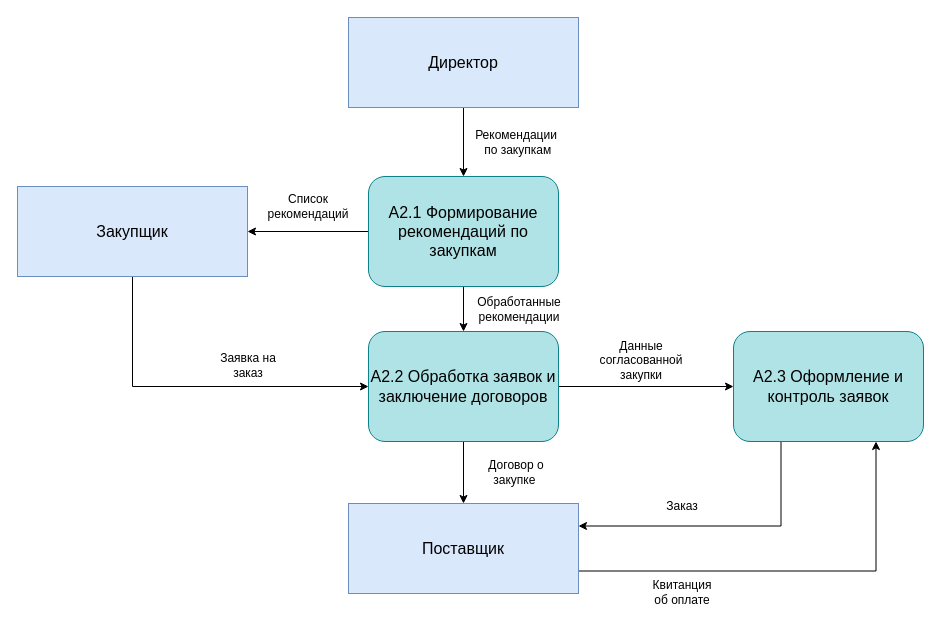
Above: page "А0 расширенная" (3 of 3) of LAB1/Sun Bag.drawio in ERRomanov/DATABASES_gng (draw.io), before the change. Source tidied: cells renumbered, new cells numbered last; positions are measured from the earlier drawing's top-left corner, leaving out a move shared by most shapes. Both pictures are drawn from the tidied source at 100%, with x=0, y=0 at pixel (17, 17).
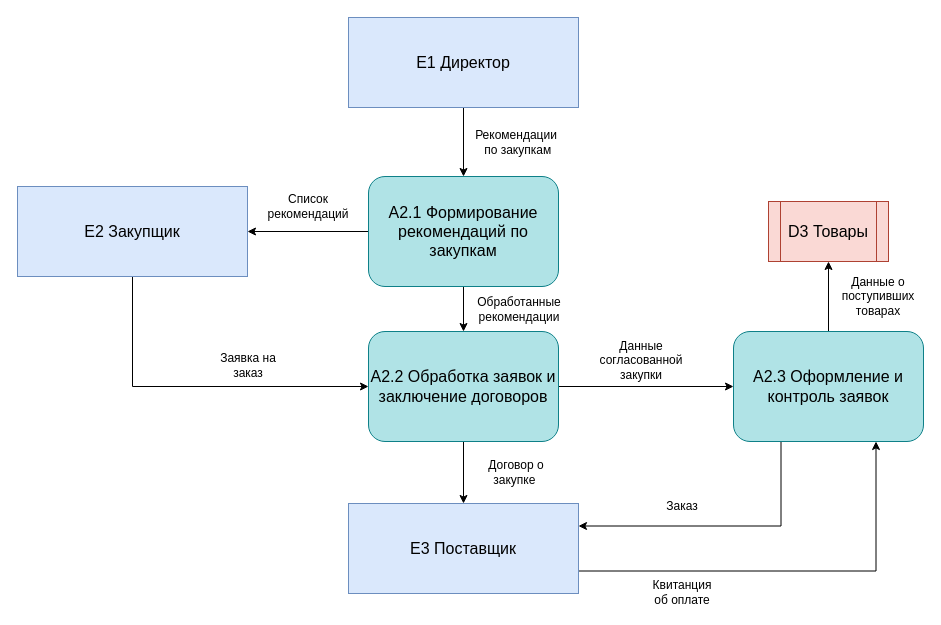
Above is the later version.

The change refers to these unchanged cells:
```xml
<mxCell id="19" value="&lt;font size=&quot;3&quot;&gt;&lt;span style=&quot;caret-color: rgb(255, 255, 255); color: light-dark(rgb(0, 0, 0), rgb(255, 255, 255));&quot;&gt;A2.3 Оформление и контроль заявок&lt;/span&gt;&lt;/font&gt;" style="rounded=1;whiteSpace=wrap;html=1;fillColor=#b0e3e6;strokeColor=#0e8088;" parent="1" vertex="1">
  <mxGeometry x="716" y="314" width="190" height="110" as="geometry" />
</mxCell>
```

What changed in the source:
```diff
@@
-    <mxCell id="3" value="&lt;font style=&quot;font-size: 16px;&quot;&gt;Директор&lt;/font&gt;" style="rounded=1;whiteSpace=wrap;html=1;fillColor=#dae8fc;strokeColor=#6c8ebf;arcSize=0;" parent="1" vertex="1">
+    <mxCell id="3" value="&lt;font style=&quot;font-size: 16px;&quot;&gt;E1 Директор&lt;/font&gt;" style="rounded=1;whiteSpace=wrap;html=1;fillColor=#dae8fc;strokeColor=#6c8ebf;arcSize=0;" parent="1" vertex="1">
       <mxGeometry x="331" width="230" height="90" as="geometry" />
     </mxCell>
@@
-    <mxCell id="5" value="&lt;span style=&quot;font-size: 16px;&quot;&gt;Закупщик&lt;/span&gt;" style="rounded=1;whiteSpace=wrap;html=1;fillColor=#dae8fc;strokeColor=#6c8ebf;arcSize=0;" parent="1" vertex="1">
+    <mxCell id="5" value="&lt;span style=&quot;font-size: 16px;&quot;&gt;E2 Закупщик&lt;/span&gt;" style="rounded=1;whiteSpace=wrap;html=1;fillColor=#dae8fc;strokeColor=#6c8ebf;arcSize=0;" parent="1" vertex="1">
       <mxGeometry y="169" width="230" height="90" as="geometry" />
     </mxCell>
@@
-    <mxCell id="7" value="&lt;span style=&quot;font-size: 16px;&quot;&gt;Поставщик&lt;/span&gt;" style="rounded=1;whiteSpace=wrap;html=1;fillColor=#dae8fc;strokeColor=#6c8ebf;arcSize=0;" parent="1" vertex="1">
+    <mxCell id="7" value="&lt;span style=&quot;font-size: 16px;&quot;&gt;E3 Поставщик&lt;/span&gt;" style="rounded=1;whiteSpace=wrap;html=1;fillColor=#dae8fc;strokeColor=#6c8ebf;arcSize=0;" parent="1" vertex="1">
       <mxGeometry x="331" y="486" width="230" height="90" as="geometry" />
     </mxCell>
@@
+    <mxCell id="25" style="edgeStyle=orthogonalEdgeStyle;rounded=0;jettySize=auto;html=1;exitX=0.5;exitY=0;exitDx=0;exitDy=0;entryX=0.5;entryY=1;entryDx=0;entryDy=0;" parent="1" edge="1" source="19" target="26">
+      <mxGeometry relative="1" as="geometry" />
+    </mxCell>
@@
+    <mxCell id="26" value="&lt;font style=&quot;font-size: 16px;&quot;&gt;D3 Товары&lt;/font&gt;" style="shape=process;whiteSpace=wrap;html=1;backgroundOutline=1;fillColor=#fad9d5;strokeColor=#ae4132;" parent="1" vertex="1">
+      <mxGeometry x="751" y="184" width="120" height="60" as="geometry" />
+    </mxCell>
+    <mxCell id="27" value="Данные о поступивших товарах" style="text;html=1;whiteSpace=wrap;strokeColor=none;fillColor=none;align=center;verticalAlign=middle;rounded=0;" parent="1" vertex="1">
+      <mxGeometry x="831" y="264" width="60" height="30" as="geometry" />
+    </mxCell>
```
